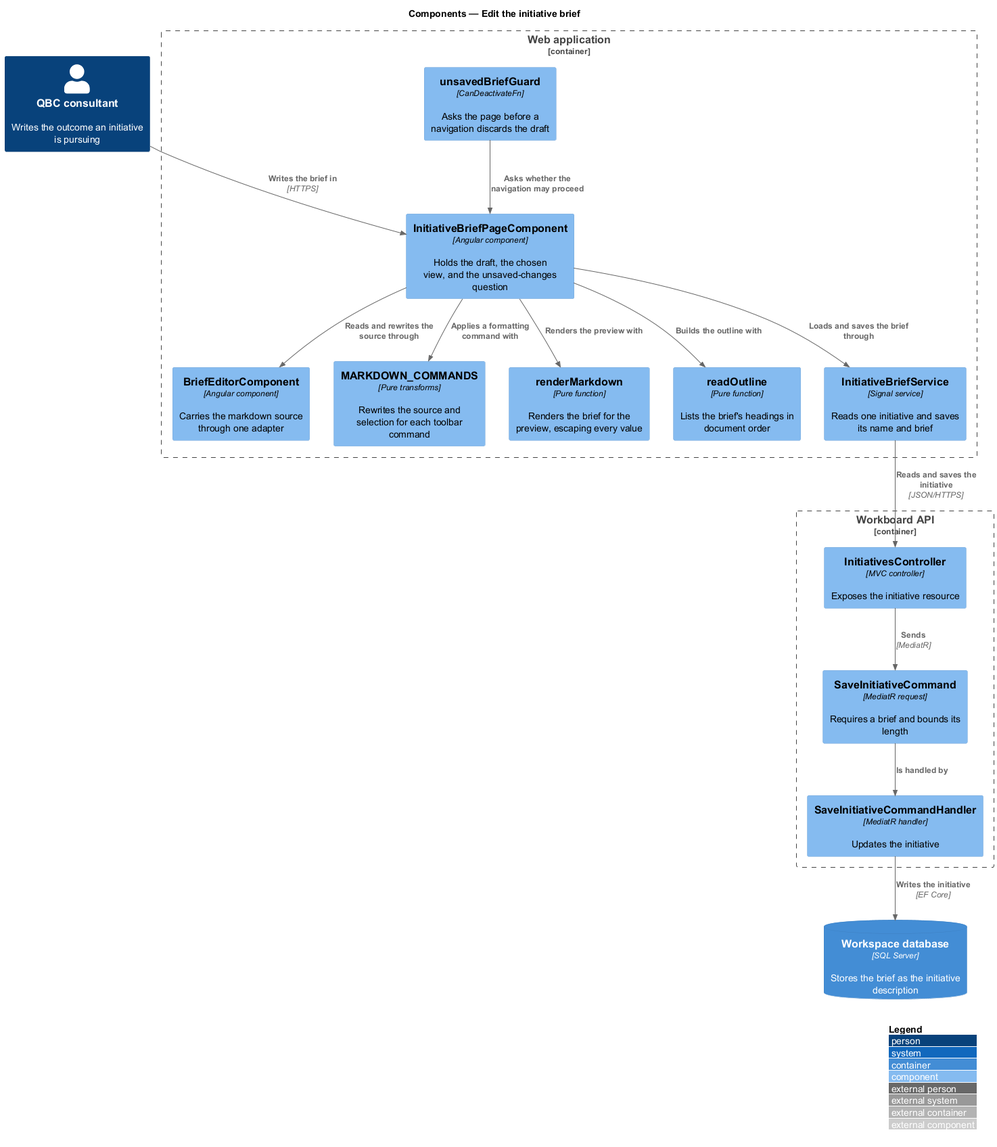
Earlier version of the PlantUML export docs/detailed-designs/work-items/edit-initiative-brief/diagrams/c4-component.png (QuinntyneBrown/quinntyne-brown-consulting). Source of this version:
```plantuml
@startuml
!include <C4/C4_Component>
LAYOUT_WITH_LEGEND()
title Components — Edit the initiative brief

Person(consultant, "QBC consultant", "Writes the outcome an initiative is pursuing")
ContainerDb(db, "Workspace database", "SQL Server", "Stores the brief as the initiative description")

Container_Boundary(spa, "Web application") {
  Component(page, "InitiativeBriefPageComponent", "Angular component", "Holds the draft, the chosen view, and the unsaved-changes question")
  Component(guard, "unsavedBriefGuard", "CanDeactivateFn", "Asks the page before a navigation discards the draft")
  Component(editor, "BriefEditorComponent", "Angular component", "Carries the markdown source through one adapter")
  Component(commands, "MARKDOWN_COMMANDS", "Pure transforms", "Rewrites the source and selection for each toolbar command")
  Component(renderer, "renderMarkdown", "Pure function", "Renders the brief for the preview, escaping every value")
  Component(outline, "readOutline", "Pure function", "Lists the brief's headings in document order")
  Component(service, "InitiativeBriefService", "Signal service", "Reads one initiative and saves its name and brief")
}

Container_Boundary(api, "Workboard API") {
  Component(controller, "InitiativesController", "MVC controller", "Exposes the initiative resource")
  Component(command, "SaveInitiativeCommand", "MediatR request", "Requires a brief and bounds its length")
  Component(handler, "SaveInitiativeCommandHandler", "MediatR handler", "Updates the initiative")
}

Rel(consultant, page, "Writes the brief in", "HTTPS")
Rel(page, editor, "Reads and rewrites the source through")
Rel(page, commands, "Applies a formatting command with")
Rel(page, renderer, "Renders the preview with")
Rel(page, outline, "Builds the outline with")
Rel(guard, page, "Asks whether the navigation may proceed")
Rel(page, service, "Loads and saves the brief through")
Rel(service, controller, "Reads and saves the initiative", "JSON/HTTPS")
Rel(controller, command, "Sends", "MediatR")
Rel(command, handler, "Is handled by")
Rel(handler, db, "Writes the initiative", "EF Core")
@enduml
```
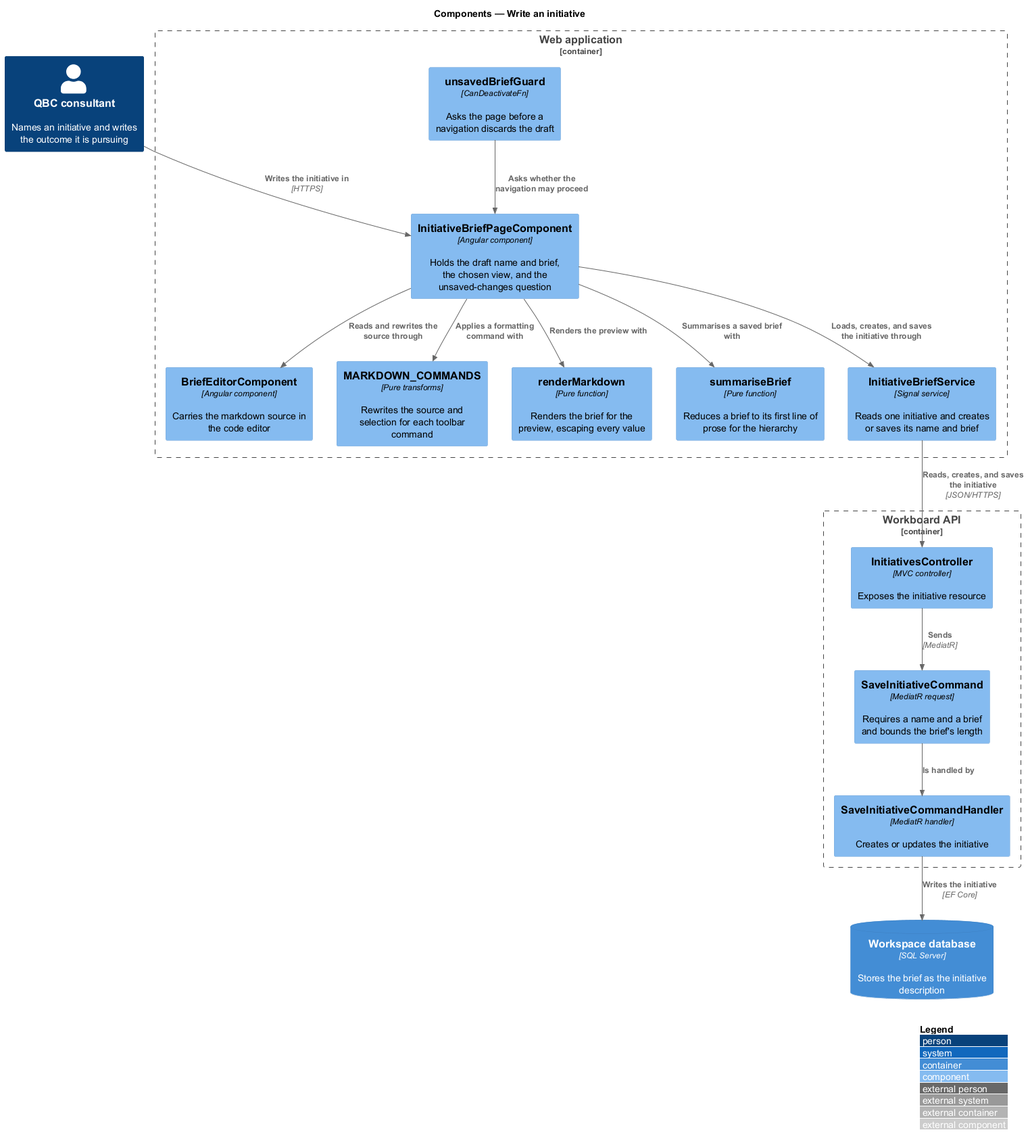
Later version of the same file.

The edit, as a diff of the source:
```diff
@@ -1,35 +1,35 @@
 @startuml
 !include <C4/C4_Component>
 LAYOUT_WITH_LEGEND()
-title Components — Edit the initiative brief
+title Components — Write an initiative
 
-Person(consultant, "QBC consultant", "Writes the outcome an initiative is pursuing")
+Person(consultant, "QBC consultant", "Names an initiative and writes the outcome it is pursuing")
 ContainerDb(db, "Workspace database", "SQL Server", "Stores the brief as the initiative description")
 
 Container_Boundary(spa, "Web application") {
-  Component(page, "InitiativeBriefPageComponent", "Angular component", "Holds the draft, the chosen view, and the unsaved-changes question")
+  Component(page, "InitiativeBriefPageComponent", "Angular component", "Holds the draft name and brief, the chosen view, and the unsaved-changes question")
   Component(guard, "unsavedBriefGuard", "CanDeactivateFn", "Asks the page before a navigation discards the draft")
-  Component(editor, "BriefEditorComponent", "Angular component", "Carries the markdown source through one adapter")
+  Component(editor, "BriefEditorComponent", "Angular component", "Carries the markdown source in the code editor")
   Component(commands, "MARKDOWN_COMMANDS", "Pure transforms", "Rewrites the source and selection for each toolbar command")
   Component(renderer, "renderMarkdown", "Pure function", "Renders the brief for the preview, escaping every value")
-  Component(outline, "readOutline", "Pure function", "Lists the brief's headings in document order")
-  Component(service, "InitiativeBriefService", "Signal service", "Reads one initiative and saves its name and brief")
+  Component(summary, "summariseBrief", "Pure function", "Reduces a brief to its first line of prose for the hierarchy")
+  Component(service, "InitiativeBriefService", "Signal service", "Reads one initiative and creates or saves its name and brief")
 }
 
 Container_Boundary(api, "Workboard API") {
   Component(controller, "InitiativesController", "MVC controller", "Exposes the initiative resource")
-  Component(command, "SaveInitiativeCommand", "MediatR request", "Requires a brief and bounds its length")
-  Component(handler, "SaveInitiativeCommandHandler", "MediatR handler", "Updates the initiative")
+  Component(command, "SaveInitiativeCommand", "MediatR request", "Requires a name and a brief and bounds the brief's length")
+  Component(handler, "SaveInitiativeCommandHandler", "MediatR handler", "Creates or updates the initiative")
 }
 
-Rel(consultant, page, "Writes the brief in", "HTTPS")
+Rel(consultant, page, "Writes the initiative in", "HTTPS")
 Rel(page, editor, "Reads and rewrites the source through")
 Rel(page, commands, "Applies a formatting command with")
 Rel(page, renderer, "Renders the preview with")
-Rel(page, outline, "Builds the outline with")
+Rel(page, summary, "Summarises a saved brief with")
 Rel(guard, page, "Asks whether the navigation may proceed")
-Rel(page, service, "Loads and saves the brief through")
-Rel(service, controller, "Reads and saves the initiative", "JSON/HTTPS")
+Rel(page, service, "Loads, creates, and saves the initiative through")
+Rel(service, controller, "Reads, creates, and saves the initiative", "JSON/HTTPS")
 Rel(controller, command, "Sends", "MediatR")
 Rel(command, handler, "Is handled by")
 Rel(handler, db, "Writes the initiative", "EF Core")
```
